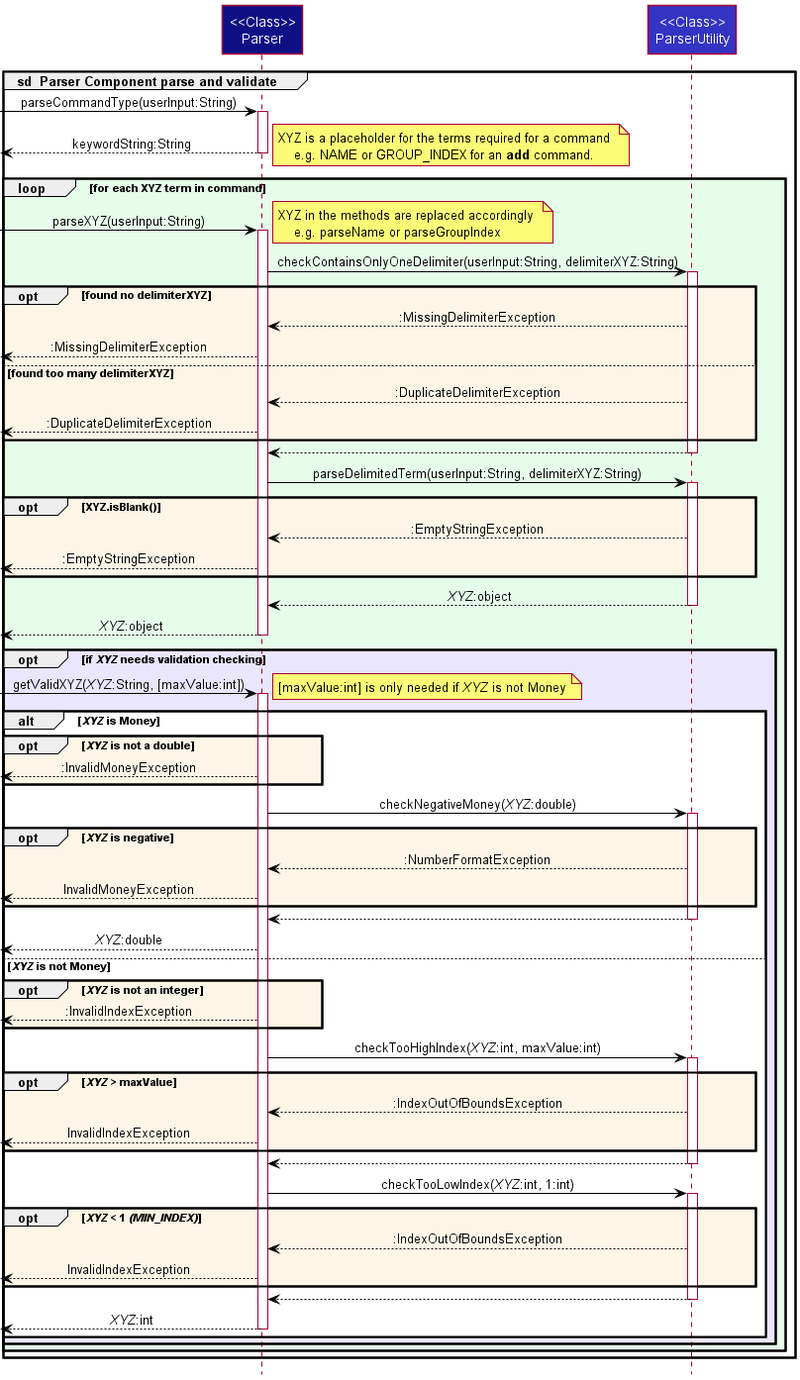
Above: docs/images/ParserSequenceDiagram0.png in nus-cs2113-AY2122S2/tp (PlantUML), before the change.
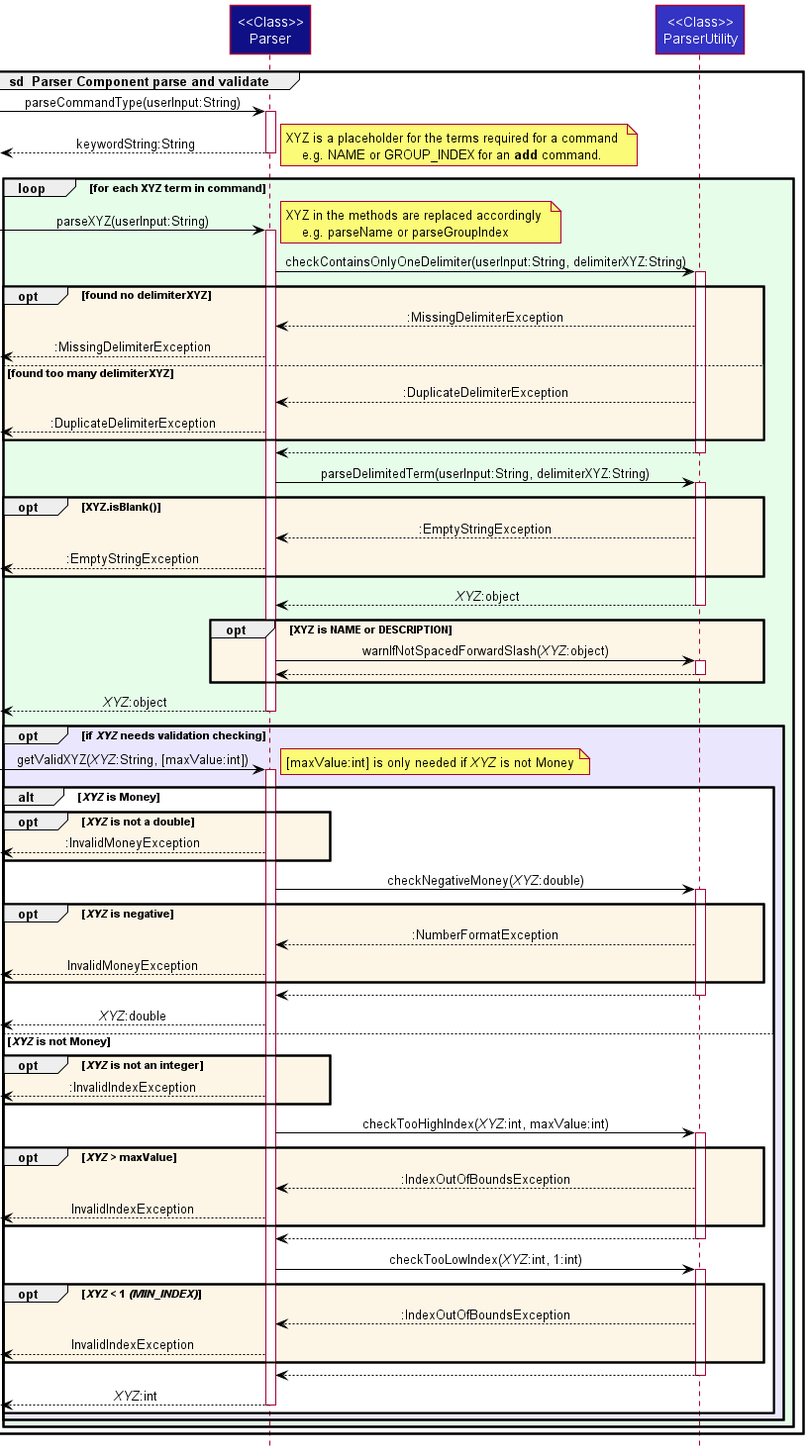
The same diagram one commit later.

Commit message:
Update ParserSequenceDiagram to match new warning call

The edit, as a diff of the source:
```diff
@@ -6,7 +6,6 @@
 group **sd**  Parser Component parse and validate
 Participant "<<Class>>\nParser" as Parser LOGIC_COLOR
 Participant "<<Class>>\nParserUtility" as UParser LOGIC_COLOR_T1
-
 
 [-> Parser : parseCommandType(userInput:String)
 activate Parser
@@ -41,6 +40,13 @@
     end opt
     UParser --> Parser : //XYZ//:object
     deactivate UParser
+
+    opt OPT_COLOR XYZ is NAME or DESCRIPTION
+    Parser -> UParser : warnIfNotSpacedForwardSlash(//XYZ//:object)
+    activate UParser
+    UParser --> Parser
+    deactivate UParser
+    end OPT
 
     Parser -->[ : //XYZ//:object
     deactivate Parser
```
